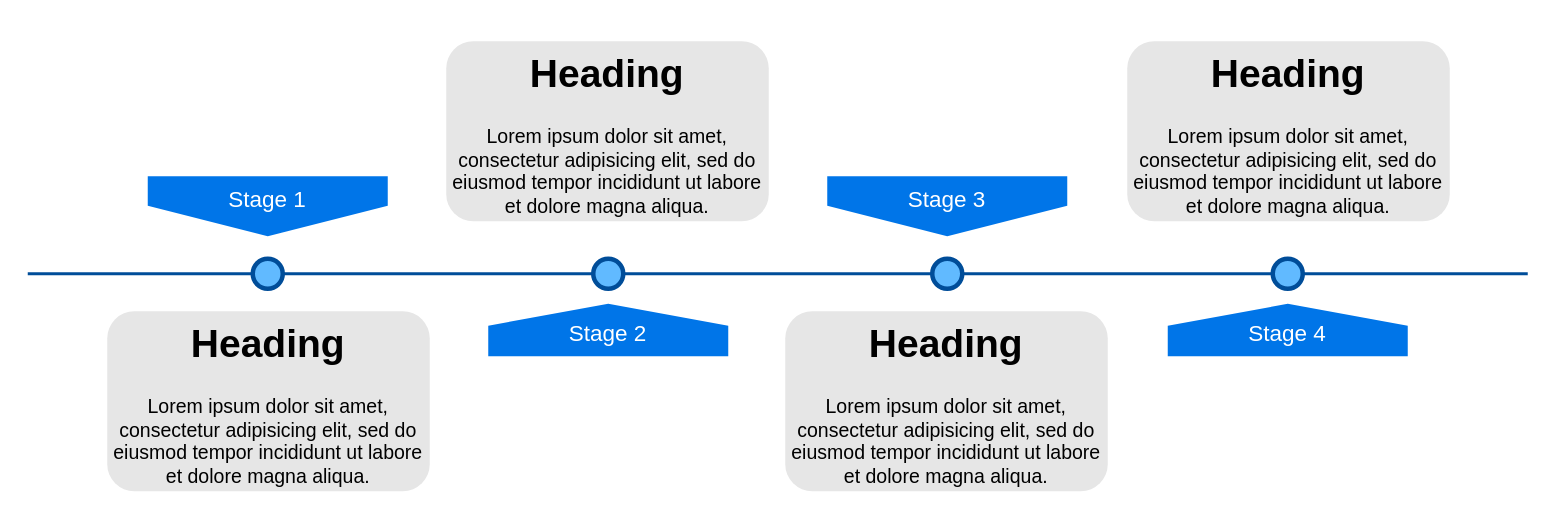
Before: Untitled Diagram.drawio in yzxie/work-tools, a draw.io diagram. Source tidied: cells renumbered, new cells numbered last; positions are measured from the earlier drawing's top-left corner, leaving out a move shared by most shapes. Both pictures are drawn from the tidied source at 150%, with x=0, y=0 at pixel (27, 40).
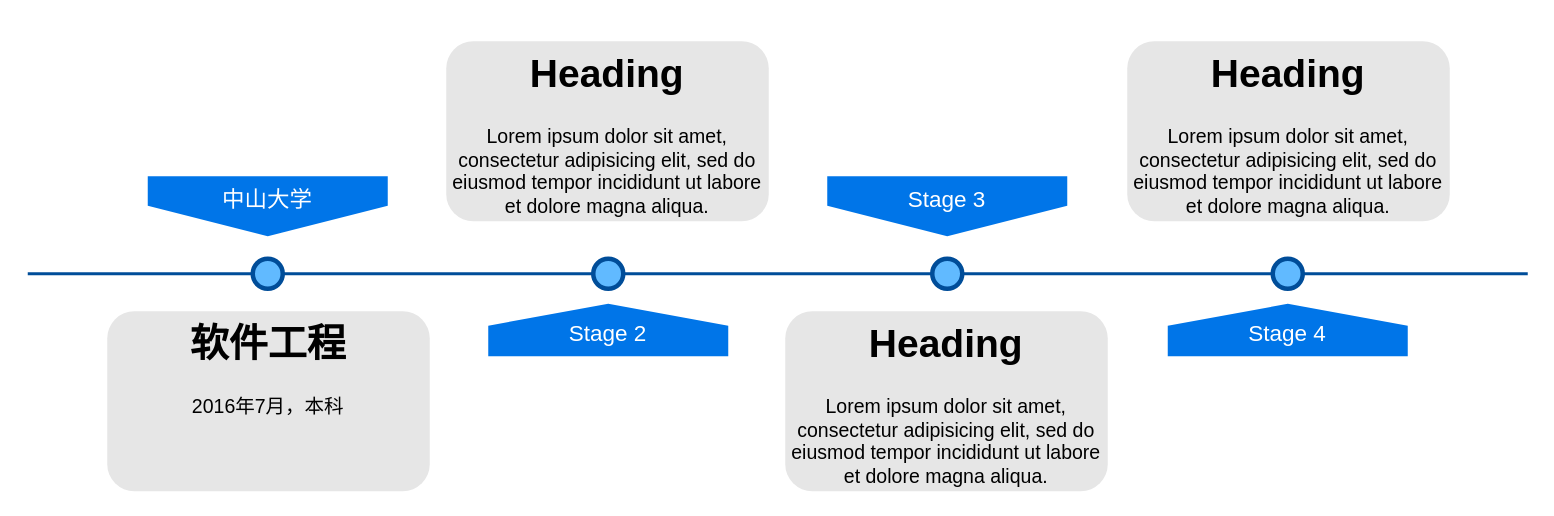
The same page after the edit.

The edit, as a diff of the source:
```diff
@@
 <mxGraphModel>
   <root>
     <mxCell id="0" />
     <mxCell id="1" parent="0" />
     <mxCell id="2" style="line;strokeWidth=2;html=1;fillColor=none;fontSize=28;fontColor=#004D99;strokeColor=#004D99;" parent="1" vertex="1">
       <mxGeometry y="150" width="1000" height="10" as="geometry" />
     </mxCell>
-    <mxCell id="3" value="Stage 1" style="shape=offPageConnector;whiteSpace=wrap;html=1;fillColor=#0075E8;fontSize=15;fontColor=#FFFFFF;size=0.5093750000000015;verticalAlign=top;strokeColor=none;" parent="1" vertex="1">
+    <mxCell id="3" value="中山大学" style="shape=offPageConnector;whiteSpace=wrap;html=1;fillColor=#0075E8;fontSize=15;fontColor=#FFFFFF;size=0.5093750000000015;verticalAlign=top;strokeColor=none;" parent="1" vertex="1">
       <mxGeometry x="80" y="90" width="160" height="40" as="geometry" />
     </mxCell>
     <mxCell id="4" value="&lt;span&gt;Stage 3&lt;/span&gt;" style="shape=offPageConnector;whiteSpace=wrap;html=1;fillColor=#0075E8;fontSize=15;fontColor=#FFFFFF;size=0.5093750000000015;verticalAlign=top;strokeColor=none;" parent="1" vertex="1">
       <mxGeometry x="533" y="90" width="160" height="40" as="geometry" />
     </mxCell>
     <mxCell id="5" value="&lt;span&gt;Stage 2&lt;/span&gt;" style="shape=offPageConnector;whiteSpace=wrap;html=1;fillColor=#0075E8;fontSize=15;fontColor=#FFFFFF;size=0.4178571428571445;flipV=1;verticalAlign=bottom;strokeColor=none;spacingBottom=4;" parent="1" vertex="1">
       <mxGeometry x="307" y="175" width="160" height="35" as="geometry" />
     </mxCell>
     <mxCell id="6" value="&lt;span&gt;Stage 4&lt;/span&gt;" style="shape=offPageConnector;whiteSpace=wrap;html=1;fillColor=#0075E8;fontSize=15;fontColor=#FFFFFF;size=0.4178571428571445;flipV=1;verticalAlign=bottom;strokeColor=none;spacingBottom=4;" parent="1" vertex="1">
       <mxGeometry x="760" y="175" width="160" height="35" as="geometry" />
     </mxCell>
     <mxCell id="7" style="ellipse;whiteSpace=wrap;html=1;fillColor=#61BAFF;fontSize=28;fontColor=#004D99;strokeWidth=3;strokeColor=#004D99;" parent="1" vertex="1">
       <mxGeometry x="150" y="145" width="20" height="20" as="geometry" />
     </mxCell>
     <mxCell id="8" style="ellipse;whiteSpace=wrap;html=1;fillColor=#61BAFF;fontSize=28;fontColor=#004D99;strokeWidth=3;strokeColor=#004D99;" parent="1" vertex="1">
       <mxGeometry x="377" y="145" width="20" height="20" as="geometry" />
     </mxCell>
     <mxCell id="9" style="ellipse;whiteSpace=wrap;html=1;fillColor=#61BAFF;fontSize=28;fontColor=#004D99;strokeWidth=3;strokeColor=#004D99;" parent="1" vertex="1">
       <mxGeometry x="603" y="145" width="20" height="20" as="geometry" />
     </mxCell>
     <mxCell id="10" style="ellipse;whiteSpace=wrap;html=1;fillColor=#61BAFF;fontSize=28;fontColor=#004D99;strokeWidth=3;strokeColor=#004D99;" parent="1" vertex="1">
       <mxGeometry x="830" y="145" width="20" height="20" as="geometry" />
     </mxCell>
-    <mxCell id="11" value="&lt;h1&gt;Heading&lt;/h1&gt;&lt;p&gt;Lorem ipsum dolor sit amet, consectetur adipisicing elit, sed do eiusmod tempor incididunt ut labore et dolore magna aliqua.&lt;/p&gt;" style="text;html=1;spacing=5;spacingTop=-20;whiteSpace=wrap;overflow=hidden;strokeColor=none;strokeWidth=3;fillColor=#E6E6E6;fontSize=13;fontColor=#000000;align=center;rounded=1;" parent="1" vertex="1">
+    <mxCell id="11" value="&lt;h1&gt;软件工程&lt;/h1&gt;&lt;div&gt;2016年7月，本科&lt;/div&gt;" style="text;html=1;spacing=5;spacingTop=-20;whiteSpace=wrap;overflow=hidden;strokeColor=none;strokeWidth=3;fillColor=#E6E6E6;fontSize=13;fontColor=#000000;align=center;rounded=1;" parent="1" vertex="1">
       <mxGeometry x="53" y="180" width="215" height="120" as="geometry" />
     </mxCell>
     <mxCell id="12" value="&lt;h1&gt;Heading&lt;/h1&gt;&lt;p&gt;Lorem ipsum dolor sit amet, consectetur adipisicing elit, sed do eiusmod tempor incididunt ut labore et dolore magna aliqua.&lt;/p&gt;" style="text;html=1;spacing=5;spacingTop=-20;whiteSpace=wrap;overflow=hidden;strokeColor=none;strokeWidth=3;fillColor=#E6E6E6;fontSize=13;fontColor=#000000;align=center;rounded=1;" parent="1" vertex="1">
       <mxGeometry x="279" width="215" height="120" as="geometry" />
     </mxCell>
     <mxCell id="13" value="&lt;h1&gt;Heading&lt;/h1&gt;&lt;p&gt;Lorem ipsum dolor sit amet, consectetur adipisicing elit, sed do eiusmod tempor incididunt ut labore et dolore magna aliqua.&lt;/p&gt;" style="text;html=1;spacing=5;spacingTop=-20;whiteSpace=wrap;overflow=hidden;strokeColor=none;strokeWidth=3;fillColor=#E6E6E6;fontSize=13;fontColor=#000000;align=center;rounded=1;" parent="1" vertex="1">
       <mxGeometry x="505" y="180" width="215" height="120" as="geometry" />
     </mxCell>
     <mxCell id="14" value="&lt;h1&gt;Heading&lt;/h1&gt;&lt;p&gt;Lorem ipsum dolor sit amet, consectetur adipisicing elit, sed do eiusmod tempor incididunt ut labore et dolore magna aliqua.&lt;/p&gt;" style="text;html=1;spacing=5;spacingTop=-20;whiteSpace=wrap;overflow=hidden;strokeColor=none;strokeWidth=3;fillColor=#E6E6E6;fontSize=13;fontColor=#000000;align=center;rounded=1;" parent="1" vertex="1">
       <mxGeometry x="733" width="215" height="120" as="geometry" />
     </mxCell>
   </root>
 </mxGraphModel>
```
